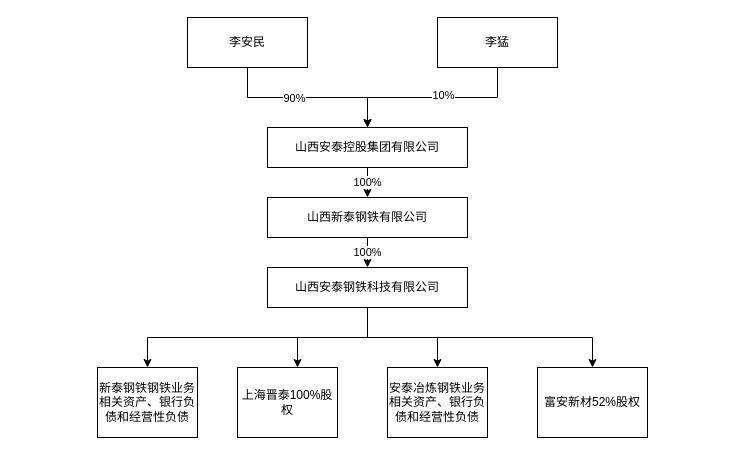
Before: 最终资产控制情况.drawio in cherngzi/picbed, a draw.io diagram. Source tidied: cells renumbered, new cells numbered last; positions are measured from the earlier drawing's top-left corner, leaving out a move shared by most shapes. Both pictures are drawn from the tidied source at 100%, with x=0, y=0 at pixel (97, 17).
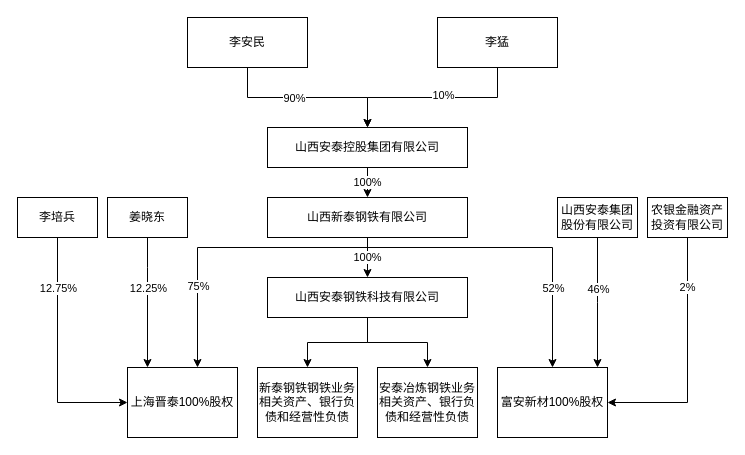
After the change.

Commit message:
更新最终资产控制情况.drawio

The change refers to these unchanged cells:
```xml
<mxCell id="19" value="山西新泰钢铁有限公司" style="rounded=0;whiteSpace=wrap;html=1;" parent="1" vertex="1">
  <mxGeometry x="170" y="180" width="200" height="40" as="geometry" />
</mxCell>
```

The edit, as a diff of the source:
```diff
@@
+    <mxCell id="11" style="edgeStyle=orthogonalEdgeStyle;rounded=0;jettySize=auto;html=1;entryX=0.5;entryY=0;entryDx=0;entryDy=0;" parent="1" edge="1" source="14" target="16">
+      <mxGeometry relative="1" as="geometry" />
+    </mxCell>
-    <mxCell id="10" style="edgeStyle=orthogonalEdgeStyle;rounded=0;jettySize=auto;html=1;entryX=0.5;entryY=0;entryDx=0;entryDy=0;" parent="1" edge="1" source="14" target="15">
-      <mxGeometry relative="1" as="geometry">
-        <Array as="points">
-          <mxPoint x="270" y="320" />
-          <mxPoint x="50" y="320" />
-        </Array>
-      </mxGeometry>
+    <mxCell id="10" style="edgeStyle=orthogonalEdgeStyle;rounded=0;jettySize=auto;html=1;" parent="1" edge="1" source="14" target="15">
+      <mxGeometry relative="1" as="geometry" />
     </mxCell>
-    <mxCell id="11" style="edgeStyle=orthogonalEdgeStyle;rounded=0;jettySize=auto;html=1;entryX=0.5;entryY=0;entryDx=0;entryDy=0;" parent="1" edge="1" source="14" target="16">
-      <mxGeometry relative="1" as="geometry" />
-    </mxCell>
-    <mxCell id="12" style="edgeStyle=orthogonalEdgeStyle;rounded=0;jettySize=auto;html=1;entryX=0.5;entryY=0;entryDx=0;entryDy=0;" parent="1" edge="1" source="14" target="17">
-      <mxGeometry relative="1" as="geometry">
-        <Array as="points">
-          <mxPoint x="270" y="320" />
-          <mxPoint x="495" y="320" />
-        </Array>
-      </mxGeometry>
-    </mxCell>
-    <mxCell id="13" style="edgeStyle=orthogonalEdgeStyle;rounded=0;jettySize=auto;html=1;entryX=0.6;entryY=0;entryDx=0;entryDy=0;entryPerimeter=0;" parent="1" edge="1" source="14" target="20">
-      <mxGeometry relative="1" as="geometry" />
-    </mxCell>
     <mxCell id="14" value="山西安泰钢铁科技有限公司" style="rounded=0;whiteSpace=wrap;html=1;" parent="1" vertex="1">
-      <mxGeometry x="170" y="250" width="200" height="40" as="geometry" />
+      <mxGeometry x="170" y="260" width="200" height="40" as="geometry" />
     </mxCell>
     <mxCell id="15" value="新泰钢铁钢铁业务相关资产、银行负债和经营性负债" style="rounded=0;whiteSpace=wrap;html=1;" parent="1" vertex="1">
-      <mxGeometry y="350" width="100" height="70" as="geometry" />
+      <mxGeometry x="160" y="350" width="100" height="70" as="geometry" />
     </mxCell>
     <mxCell id="16" value="安泰冶炼钢铁业务相关资产、银行负债和经营性负债" style="rounded=0;whiteSpace=wrap;html=1;" parent="1" vertex="1">
-      <mxGeometry x="290" y="350" width="100" height="70" as="geometry" />
+      <mxGeometry x="280" y="350" width="100" height="70" as="geometry" />
     </mxCell>
-    <mxCell id="17" value="富安新材52%股权" style="rounded=0;whiteSpace=wrap;html=1;" parent="1" vertex="1">
-      <mxGeometry x="440" y="350" width="110" height="70" as="geometry" />
+    <mxCell id="17" value="富安新材100%股权" style="rounded=0;whiteSpace=wrap;html=1;" parent="1" vertex="1">
+      <mxGeometry x="400" y="350" width="110" height="70" as="geometry" />
     </mxCell>
@@
+    <mxCell id="21" style="edgeStyle=orthogonalEdgeStyle;rounded=0;jettySize=auto;html=1;entryX=0.5;entryY=0;entryDx=0;entryDy=0;" parent="1" edge="1" source="19" target="17">
+      <mxGeometry relative="1" as="geometry">
+        <Array as="points">
+          <mxPoint x="270" y="230" />
+          <mxPoint x="455" y="230" />
+        </Array>
+      </mxGeometry>
+    </mxCell>
+    <mxCell id="22" value="52%" style="edgeLabel;html=1;align=center;verticalAlign=middle;" parent="21" vertex="1">
+      <mxGeometry x="0.72" relative="1" as="geometry">
+        <mxPoint y="-36" as="offset" />
+      </mxGeometry>
+    </mxCell>
+    <mxCell id="23" style="edgeStyle=orthogonalEdgeStyle;rounded=0;jettySize=auto;html=1;" parent="1" edge="1" source="19" target="20">
+      <mxGeometry relative="1" as="geometry">
+        <Array as="points">
+          <mxPoint x="270" y="230" />
+          <mxPoint x="100" y="230" />
+        </Array>
+      </mxGeometry>
+    </mxCell>
+    <mxCell id="24" value="75%" style="edgeLabel;html=1;align=center;verticalAlign=middle;" parent="23" vertex="1">
+      <mxGeometry x="0.46" relative="1" as="geometry">
+        <mxPoint y="-1" as="offset" />
+      </mxGeometry>
+    </mxCell>
@@
     <mxCell id="20" value="上海晋泰100%股权" style="rounded=0;whiteSpace=wrap;html=1;" parent="1" vertex="1">
-      <mxGeometry x="140" y="350" width="100" height="70" as="geometry" />
+      <mxGeometry x="30" y="350" width="110" height="70" as="geometry" />
     </mxCell>
+    <mxCell id="25" style="edgeStyle=orthogonalEdgeStyle;rounded=0;jettySize=auto;html=1;entryX=0;entryY=0.5;entryDx=0;entryDy=0;" parent="1" edge="1" source="27" target="20">
+      <mxGeometry relative="1" as="geometry">
+        <Array as="points">
+          <mxPoint x="-40" y="385" />
+        </Array>
+      </mxGeometry>
+    </mxCell>
+    <mxCell id="26" value="12.75%" style="edgeLabel;html=1;align=center;verticalAlign=middle;" parent="25" vertex="1">
+      <mxGeometry x="-0.54" y="-1" relative="1" as="geometry">
+        <mxPoint x="1" y="-4" as="offset" />
+      </mxGeometry>
+    </mxCell>
+    <mxCell id="27" value="李培兵" style="rounded=0;whiteSpace=wrap;html=1;" parent="1" vertex="1">
+      <mxGeometry x="-80" y="180" width="80" height="40" as="geometry" />
+    </mxCell>
+    <mxCell id="28" style="edgeStyle=orthogonalEdgeStyle;rounded=0;jettySize=auto;html=1;" parent="1" edge="1" source="30" target="20">
+      <mxGeometry relative="1" as="geometry">
+        <Array as="points">
+          <mxPoint x="50" y="250" />
+          <mxPoint x="50" y="250" />
+        </Array>
+      </mxGeometry>
+    </mxCell>
+    <mxCell id="29" value="12.25%" style="edgeLabel;html=1;align=center;verticalAlign=middle;" parent="28" vertex="1">
+      <mxGeometry x="-0.23" relative="1" as="geometry" />
+    </mxCell>
+    <mxCell id="30" value="姜晓东" style="rounded=0;whiteSpace=wrap;html=1;" parent="1" vertex="1">
+      <mxGeometry x="10" y="180" width="80" height="40" as="geometry" />
+    </mxCell>
+    <mxCell id="31" style="edgeStyle=orthogonalEdgeStyle;rounded=0;jettySize=auto;html=1;" parent="1" edge="1" source="33">
+      <mxGeometry relative="1" as="geometry">
+        <mxPoint x="500" y="350" as="targetPoint" />
+      </mxGeometry>
+    </mxCell>
+    <mxCell id="32" value="46%" style="edgeLabel;html=1;align=center;verticalAlign=middle;" parent="31" vertex="1">
+      <mxGeometry x="-0.19" y="-1" relative="1" as="geometry">
+        <mxPoint x="1" y="-2" as="offset" />
+      </mxGeometry>
+    </mxCell>
+    <mxCell id="33" value="山西安泰集团股份有限公司" style="rounded=0;whiteSpace=wrap;html=1;" parent="1" vertex="1">
+      <mxGeometry x="460" y="180" width="80" height="40" as="geometry" />
+    </mxCell>
+    <mxCell id="34" style="edgeStyle=orthogonalEdgeStyle;rounded=0;jettySize=auto;html=1;entryX=1;entryY=0.5;entryDx=0;entryDy=0;" parent="1" edge="1" source="36" target="17">
+      <mxGeometry relative="1" as="geometry">
+        <Array as="points">
+          <mxPoint x="590" y="385" />
+        </Array>
+      </mxGeometry>
+    </mxCell>
+    <mxCell id="35" value="2%" style="edgeLabel;html=1;align=center;verticalAlign=middle;" parent="34" vertex="1">
+      <mxGeometry x="-0.6" y="-1" relative="1" as="geometry" />
+    </mxCell>
+    <mxCell id="36" value="农银金融资产投资有限公司" style="rounded=0;whiteSpace=wrap;html=1;" parent="1" vertex="1">
+      <mxGeometry x="550" y="180" width="80" height="40" as="geometry" />
+    </mxCell>
```
